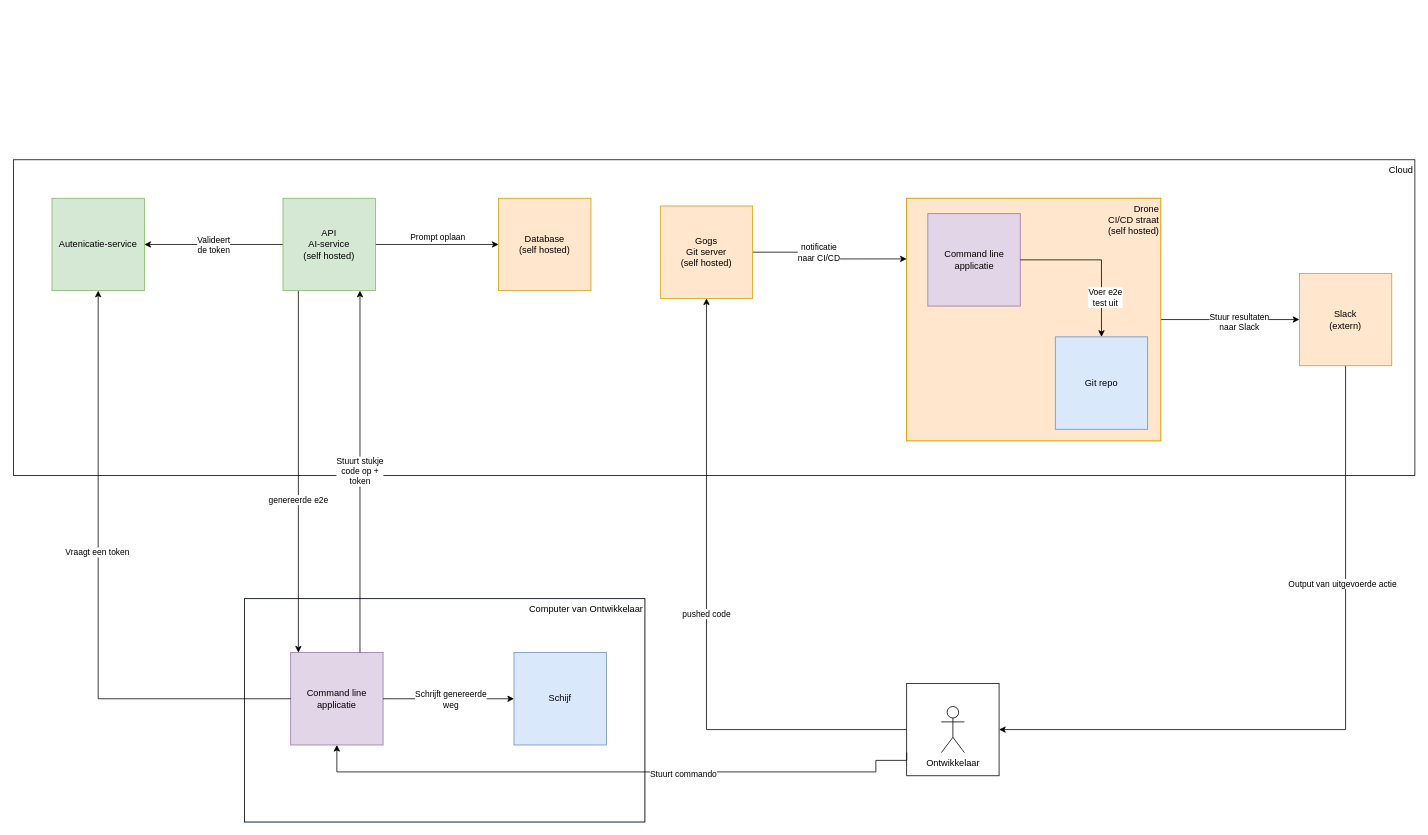
luukvankooten/draw.io keeps this draw.io diagram as page "CLI-app" (2 of 8) of cli app.drawio. Above is the earlier version. Source tidied: cells renumbered, new cells numbered last; positions are measured from the earlier drawing's top-left corner, leaving out a move shared by most shapes. Both pictures are drawn from the tidied source at 77%, with x=0, y=0 at pixel (13, 159).
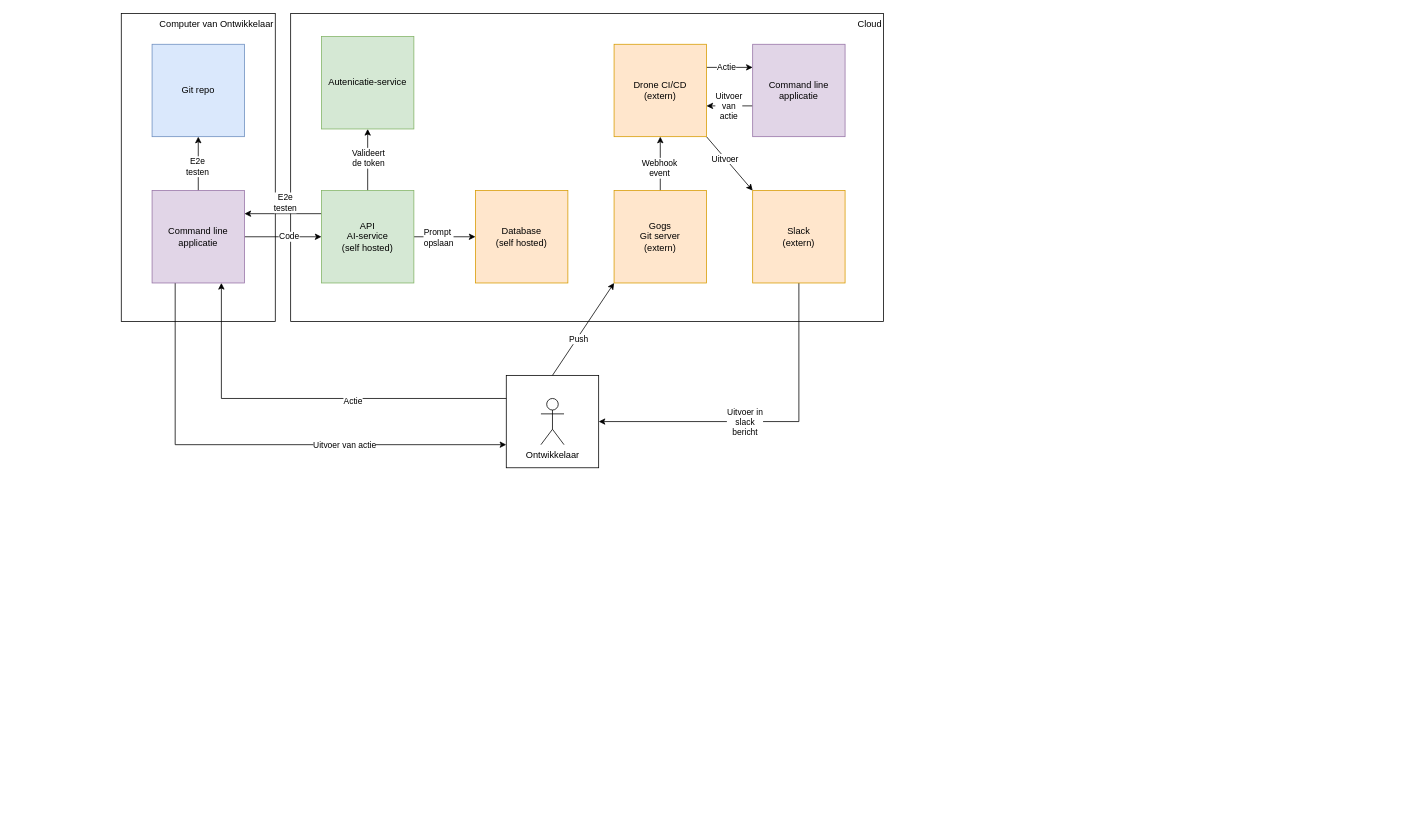
Above is the later version.

The change refers to these unchanged cells:
```xml
<mxCell id="15" style="edgeStyle=orthogonalEdgeStyle;rounded=0;jettySize=auto;html=1;entryX=0;entryY=0.5;entryDx=0;entryDy=0;" parent="1" edge="1" source="17" target="40">
  <mxGeometry relative="1" as="geometry" />
</mxCell>
<mxCell id="22" style="whiteSpace=wrap;html=1;" parent="21" vertex="1">
  <mxGeometry width="120" height="120" as="geometry" />
</mxCell>
```

What changed in the source:
```diff
@@
-    <mxCell id="2" style="group;fillColor=#dae8fc;strokeColor=#6c8ebf;" parent="1" vertex="1">
-      <mxGeometry x="300" y="570" width="520" height="290" as="geometry" />
-    </mxCell>
-    <mxCell id="3" value="&amp;nbsp;Computer van Ontwikkelaar" style="rounded=0;whiteSpace=wrap;html=1;verticalAlign=top;align=right;" parent="2" vertex="1">
-      <mxGeometry width="520" height="290" as="geometry" />
+    <mxCell id="3" value="&amp;nbsp;Computer van Ontwikkelaar" style="rounded=0;whiteSpace=wrap;html=1;verticalAlign=top;align=right;" parent="1" vertex="1">
+      <mxGeometry x="140" y="-190" width="200" height="400" as="geometry" />
     </mxCell>
-    <mxCell id="4" value="Command line applicatie" style="whiteSpace=wrap;html=1;direction=south;fillColor=#e1d5e7;strokeColor=#9673a6;" parent="2" vertex="1">
-      <mxGeometry x="60" y="70" width="120" height="120" as="geometry" />
-    </mxCell>
-    <mxCell id="5" value="Schijf" style="whiteSpace=wrap;html=1;fillColor=#dae8fc;strokeColor=#6c8ebf;" parent="2" vertex="1">
-      <mxGeometry x="350" y="70" width="120" height="120" as="geometry" />
-    </mxCell>
-    <mxCell id="6" style="edgeStyle=orthogonalEdgeStyle;rounded=0;jettySize=auto;html=1;entryX=0;entryY=0.5;entryDx=0;entryDy=0;" parent="2" edge="1" source="4" target="5">
-      <mxGeometry relative="1" as="geometry" />
-    </mxCell>
-    <mxCell id="7" value="&lt;div&gt;Schrijft genereerde &lt;br&gt;&lt;/div&gt;&lt;div&gt;weg&lt;br&gt;&lt;/div&gt;" style="edgeLabel;html=1;align=center;verticalAlign=middle;" parent="6" vertex="1">
-      <mxGeometry x="0.02" y="-5" relative="1" as="geometry">
-        <mxPoint y="-5" as="offset" />
-      </mxGeometry>
-    </mxCell>
     <mxCell id="8" value="&lt;div&gt;Cloud&lt;/div&gt;" style="rounded=0;whiteSpace=wrap;html=1;verticalAlign=top;align=right;" parent="1" vertex="1">
-      <mxGeometry width="1820" height="410" as="geometry" />
+      <mxGeometry x="360" y="-190" width="770" height="400" as="geometry" />
     </mxCell>
-    <mxCell id="9" style="edgeStyle=orthogonalEdgeStyle;rounded=0;jettySize=auto;html=1;entryX=0;entryY=0.5;entryDx=0;entryDy=0;" parent="1" edge="1" source="25" target="20">
-      <mxGeometry relative="1" as="geometry" />
-    </mxCell>
-    <mxCell id="10" value="&lt;div&gt;Stuur resultaten &lt;br&gt;&lt;/div&gt;&lt;div&gt;naar Slack &lt;/div&gt;" style="edgeLabel;html=1;align=center;verticalAlign=middle;" parent="9" vertex="1">
-      <mxGeometry x="-0.24" y="-2" relative="1" as="geometry">
-        <mxPoint x="33" y="1" as="offset" />
-      </mxGeometry>
-    </mxCell>
-    <mxCell id="11" style="edgeStyle=orthogonalEdgeStyle;rounded=0;jettySize=auto;html=1;" parent="1" edge="1" source="17" target="4">
-      <mxGeometry relative="1" as="geometry">
-        <Array as="points">
-          <mxPoint x="370" y="450" />
-          <mxPoint x="370" y="450" />
-        </Array>
-      </mxGeometry>
-    </mxCell>
-    <mxCell id="12" value="genereerde e2e" style="edgeLabel;html=1;align=center;verticalAlign=middle;" parent="11" vertex="1">
-      <mxGeometry x="0.04" y="-1" relative="1" as="geometry">
-        <mxPoint y="27" as="offset" />
-      </mxGeometry>
-    </mxCell>
-    <mxCell id="13" style="edgeStyle=orthogonalEdgeStyle;rounded=0;jettySize=auto;html=1;entryX=1;entryY=0.5;entryDx=0;entryDy=0;" parent="1" edge="1" source="17" target="37">
+    <mxCell id="13" style="edgeStyle=orthogonalEdgeStyle;rounded=0;jettySize=auto;html=1;entryX=0.5;entryY=1;entryDx=0;entryDy=0;" parent="1" edge="1" source="17" target="37">
       <mxGeometry relative="1" as="geometry" />
     </mxCell>
     <mxCell id="14" value="&lt;div&gt;Valideert&lt;/div&gt;&lt;div&gt;de token&lt;/div&gt;" style="edgeLabel;html=1;align=center;verticalAlign=middle;" parent="13" vertex="1">
       <mxGeometry x="0.29" y="2" relative="1" as="geometry">
-        <mxPoint x="25" y="-2" as="offset" />
+        <mxPoint x="2" y="9" as="offset" />
       </mxGeometry>
     </mxCell>
@@
-    <mxCell id="16" value="Prompt oplaan" style="edgeLabel;html=1;align=center;verticalAlign=middle;" parent="15" vertex="1">
+    <mxCell id="16" value="&lt;div&gt;Prompt&amp;nbsp;&lt;/div&gt;&lt;div&gt;opslaan&lt;/div&gt;" style="edgeLabel;html=1;align=center;verticalAlign=middle;" parent="15" vertex="1">
       <mxGeometry x="0.29" y="-7" relative="1" as="geometry">
-        <mxPoint x="-23" y="-17" as="offset" />
+        <mxPoint x="-21" y="-7" as="offset" />
       </mxGeometry>
     </mxCell>
+    <mxCell id="11" style="rounded=0;jettySize=auto;html=1;entryX=0.25;entryY=0;entryDx=0;entryDy=0;exitX=0;exitY=0.25;exitDx=0;exitDy=0;" parent="1" edge="1" source="17" target="4">
+      <mxGeometry relative="1" as="geometry" />
+    </mxCell>
+    <mxCell id="41" value="&lt;div&gt;E2e&lt;/div&gt;&lt;div&gt;testen&lt;br&gt;&lt;/div&gt;" style="edgeLabel;html=1;align=center;verticalAlign=middle;" parent="11" vertex="1">
+      <mxGeometry x="-0.04" relative="1" as="geometry">
+        <mxPoint y="-15" as="offset" />
+      </mxGeometry>
+    </mxCell>
     <mxCell id="17" value="&lt;div&gt;API&lt;br&gt;&lt;/div&gt;&lt;div&gt;AI-service&lt;/div&gt;&lt;div&gt;(self hosted)&lt;br&gt;&lt;/div&gt;" style="whiteSpace=wrap;html=1;fillColor=#d5e8d4;strokeColor=#82b366;" parent="1" vertex="1">
-      <mxGeometry x="350" y="50" width="120" height="120" as="geometry" />
+      <mxGeometry x="400" y="40" width="120" height="120" as="geometry" />
     </mxCell>
-    <mxCell id="18" style="edgeStyle=orthogonalEdgeStyle;rounded=0;jettySize=auto;html=1;exitX=0.5;exitY=1;exitDx=0;exitDy=0;entryX=1;entryY=0.5;entryDx=0;entryDy=0;" parent="1" edge="1" target="22">
-      <mxGeometry relative="1" as="geometry">
-        <mxPoint x="1730" y="230" as="sourcePoint" />
-        <Array as="points">
-          <mxPoint x="1730" y="740" />
-        </Array>
-      </mxGeometry>
-    </mxCell>
-    <mxCell id="19" value="Output van uitgevoerde actie" style="edgeLabel;html=1;align=center;verticalAlign=middle;" parent="18" vertex="1">
-      <mxGeometry x="0.65" y="3" relative="1" as="geometry">
-        <mxPoint x="277" y="-193" as="offset" />
-      </mxGeometry>
-    </mxCell>
+    <mxCell id="42" style="edgeStyle=orthogonalEdgeStyle;rounded=0;jettySize=auto;html=1;entryX=1;entryY=0.5;entryDx=0;entryDy=0;" parent="1" edge="1" source="20" target="22">
+      <mxGeometry relative="1" as="geometry">
+        <Array as="points">
+          <mxPoint x="1020" y="340" />
+        </Array>
+      </mxGeometry>
+    </mxCell>
+    <mxCell id="43" value="&lt;div&gt;Uitvoer in&lt;br&gt;&lt;/div&gt;&lt;div&gt;slack&lt;/div&gt;&lt;div&gt;bericht&lt;/div&gt;" style="edgeLabel;html=1;align=center;verticalAlign=middle;" parent="42" vertex="1">
+      <mxGeometry x="0.14" y="4" relative="1" as="geometry">
+        <mxPoint y="-4" as="offset" />
+      </mxGeometry>
+    </mxCell>
     <mxCell id="20" value="&lt;div&gt;Slack&lt;/div&gt;&lt;div&gt;(extern)&lt;/div&gt;" style="whiteSpace=wrap;html=1;fillColor=#ffe6cc;strokeColor=#d79b00;" parent="1" vertex="1">
-      <mxGeometry x="1670" y="147.5" width="120" height="120" as="geometry" />
+      <mxGeometry x="960" y="40" width="120" height="120" as="geometry" />
     </mxCell>
     <mxCell id="21" style="group;" parent="1" vertex="1">
-      <mxGeometry x="1160" y="680" width="120" height="120" as="geometry" />
+      <mxGeometry x="640" y="280" width="120" height="120" as="geometry" />
     </mxCell>
@@
-    <mxCell id="24" style="group;fillColor=#ffe6cc;strokeColor=#d79b00;" parent="1" vertex="1">
-      <mxGeometry x="1160" y="50" width="330" height="315" as="geometry" />
-    </mxCell>
-    <mxCell id="25" value="&lt;div&gt;Drone&lt;br&gt;&lt;/div&gt;&lt;div&gt;CI/CD straat&lt;/div&gt;&lt;div&gt;(self hosted)&lt;br&gt;&lt;/div&gt;" style="rounded=0;whiteSpace=wrap;html=1;verticalAlign=top;align=right;fillColor=#ffe6cc;strokeColor=#d79b00;" parent="24" vertex="1">
-      <mxGeometry width="330" height="315" as="geometry" />
-    </mxCell>
+    <mxCell id="44" style="edgeStyle=orthogonalEdgeStyle;rounded=0;jettySize=auto;html=1;" parent="1" edge="1" source="32" target="56">
+      <mxGeometry relative="1" as="geometry" />
+    </mxCell>
+    <mxCell id="45" value="&lt;div&gt;Webhook&lt;/div&gt;&lt;div&gt;event&lt;br&gt;&lt;/div&gt;" style="edgeLabel;html=1;align=center;verticalAlign=middle;" parent="44" vertex="1">
+      <mxGeometry x="-0.14" y="2" relative="1" as="geometry" />
+    </mxCell>
+    <mxCell id="32" value="&lt;div&gt;Gogs&lt;/div&gt;&lt;div&gt;Git server&lt;br&gt;&lt;/div&gt;&lt;div&gt;(extern)&lt;br&gt;&lt;/div&gt;" style="whiteSpace=wrap;html=1;direction=south;fillColor=#ffe6cc;strokeColor=#d79b00;" parent="1" vertex="1">
+      <mxGeometry x="780" y="40" width="120" height="120" as="geometry" />
+    </mxCell>
+    <mxCell id="37" value="Autenicatie-service" style="whiteSpace=wrap;html=1;fillColor=#d5e8d4;strokeColor=#82b366;" parent="1" vertex="1">
+      <mxGeometry x="400" y="-160" width="120" height="120" as="geometry" />
+    </mxCell>
+    <mxCell id="40" value="&lt;div&gt;Database&lt;/div&gt;&lt;div&gt;(self hosted)&lt;/div&gt;" style="whiteSpace=wrap;html=1;fillColor=#ffe6cc;strokeColor=#d79b00;" parent="1" vertex="1">
+      <mxGeometry x="600" y="40" width="120" height="120" as="geometry" />
+    </mxCell>
+    <mxCell id="36" style="rounded=0;jettySize=auto;html=1;entryX=0;entryY=0.5;entryDx=0;entryDy=0;" parent="1" edge="1" source="4" target="17">
+      <mxGeometry relative="1" as="geometry" />
+    </mxCell>
+    <mxCell id="46" value="Code" style="edgeLabel;html=1;align=center;verticalAlign=middle;" parent="36" vertex="1">
+      <mxGeometry x="0.14" y="1" relative="1" as="geometry" />
+    </mxCell>
+    <mxCell id="6" style="edgeStyle=orthogonalEdgeStyle;rounded=0;jettySize=auto;html=1;" parent="1" edge="1" source="4" target="5">
+      <mxGeometry relative="1" as="geometry">
+        <Array as="points">
+          <mxPoint x="240" y="10" />
+          <mxPoint x="240" y="10" />
+        </Array>
+      </mxGeometry>
+    </mxCell>
+    <mxCell id="47" value="&lt;div&gt;E2e&lt;/div&gt;&lt;div&gt;testen&lt;br&gt;&lt;/div&gt;" style="edgeLabel;html=1;align=center;verticalAlign=middle;" parent="6" vertex="1">
+      <mxGeometry x="-0.1" y="2" relative="1" as="geometry" />
+    </mxCell>
+    <mxCell id="48" style="edgeStyle=orthogonalEdgeStyle;rounded=0;jettySize=auto;html=1;entryX=0;entryY=0.75;entryDx=0;entryDy=0;" parent="1" edge="1" source="4" target="22">
+      <mxGeometry relative="1" as="geometry">
+        <Array as="points">
+          <mxPoint x="210" y="370" />
+        </Array>
+      </mxGeometry>
+    </mxCell>
+    <mxCell id="49" value="Uitvoer van actie" style="edgeLabel;html=1;align=center;verticalAlign=middle;" parent="48" vertex="1">
+      <mxGeometry x="0.34" y="-5" relative="1" as="geometry">
+        <mxPoint y="-5" as="offset" />
+      </mxGeometry>
+    </mxCell>
+    <mxCell id="4" value="Command line applicatie" style="whiteSpace=wrap;html=1;direction=south;fillColor=#e1d5e7;strokeColor=#9673a6;" parent="1" vertex="1">
+      <mxGeometry x="180" y="40" width="120" height="120" as="geometry" />
+    </mxCell>
+    <mxCell id="5" value="Git repo" style="whiteSpace=wrap;html=1;fillColor=#dae8fc;strokeColor=#6c8ebf;" parent="1" vertex="1">
+      <mxGeometry x="180" y="-150" width="120" height="120" as="geometry" />
+    </mxCell>
+    <mxCell id="50" style="edgeStyle=orthogonalEdgeStyle;rounded=0;jettySize=auto;html=1;" parent="1" edge="1" source="26" target="56">
+      <mxGeometry relative="1" as="geometry">
+        <Array as="points">
+          <mxPoint x="930" y="-70" />
+          <mxPoint x="930" y="-70" />
+        </Array>
+      </mxGeometry>
+    </mxCell>
+    <mxCell id="51" value="&lt;div&gt;Uitvoer&lt;/div&gt;&lt;div&gt;van&lt;/div&gt;&lt;div&gt;actie&lt;br&gt;&lt;/div&gt;" style="edgeLabel;html=1;align=center;verticalAlign=middle;" parent="50" vertex="1">
+      <mxGeometry x="-0.15" y="4" relative="1" as="geometry">
+        <mxPoint x="-6" y="-4" as="offset" />
+      </mxGeometry>
+    </mxCell>
-    <mxCell id="26" value="Command line applicatie" style="whiteSpace=wrap;html=1;direction=south;fillColor=#e1d5e7;strokeColor=#9673a6;" parent="24" vertex="1">
-      <mxGeometry x="27.5" y="20" width="120" height="120" as="geometry" />
+    <mxCell id="26" value="Command line applicatie" style="whiteSpace=wrap;html=1;direction=south;fillColor=#e1d5e7;strokeColor=#9673a6;" parent="1" vertex="1">
+      <mxGeometry x="960" y="-150" width="120" height="120" as="geometry" />
     </mxCell>
-    <mxCell id="27" style="edgeStyle=orthogonalEdgeStyle;rounded=0;jettySize=auto;html=1;entryX=0.5;entryY=0;entryDx=0;entryDy=0;startArrow=classic;startFill=1;endArrow=none;endFill=0;" parent="24" edge="1" source="29" target="26">
-      <mxGeometry relative="1" as="geometry">
-        <Array as="points">
-          <mxPoint x="253" y="80" />
-        </Array>
-      </mxGeometry>
-    </mxCell>
-    <mxCell id="28" value="&lt;div&gt;Voer e2e&lt;/div&gt;&lt;div&gt;test uit&lt;/div&gt;" style="edgeLabel;html=1;align=center;verticalAlign=middle;" parent="27" vertex="1">
-      <mxGeometry x="-0.5" y="-4" relative="1" as="geometry">
-        <mxPoint y="-1" as="offset" />
-      </mxGeometry>
-    </mxCell>
-    <mxCell id="29" value="Git repo" style="whiteSpace=wrap;html=1;direction=south;fillColor=#dae8fc;strokeColor=#6c8ebf;" parent="24" vertex="1">
-      <mxGeometry x="193" y="180" width="120" height="120" as="geometry" />
-    </mxCell>
-    <mxCell id="30" style="edgeStyle=orthogonalEdgeStyle;rounded=0;jettySize=auto;html=1;entryX=0;entryY=0.25;entryDx=0;entryDy=0;" parent="1" edge="1" source="32" target="25">
-      <mxGeometry relative="1" as="geometry" />
-    </mxCell>
-    <mxCell id="31" value="&lt;div&gt;notificatie &lt;br&gt;&lt;/div&gt;&lt;div&gt;naar CI/CD&lt;br&gt;&lt;/div&gt;" style="edgeLabel;html=1;align=center;verticalAlign=middle;" parent="30" vertex="1">
-      <mxGeometry x="-0.59" relative="1" as="geometry">
-        <mxPoint x="42" as="offset" />
-      </mxGeometry>
-    </mxCell>
-    <mxCell id="32" value="&lt;div&gt;Gogs&lt;/div&gt;&lt;div&gt;Git server&lt;br&gt;&lt;/div&gt;&lt;div&gt;(self hosted)&lt;br&gt;&lt;/div&gt;" style="whiteSpace=wrap;html=1;direction=south;fillColor=#ffe6cc;strokeColor=#d79b00;" parent="1" vertex="1">
-      <mxGeometry x="840" y="60" width="120" height="120" as="geometry" />
-    </mxCell>
+    <mxCell id="52" style="edgeStyle=orthogonalEdgeStyle;rounded=0;jettySize=auto;html=1;" parent="1" edge="1" source="56" target="26">
+      <mxGeometry relative="1" as="geometry">
+        <Array as="points">
+          <mxPoint x="930" y="-120" />
+          <mxPoint x="930" y="-120" />
+        </Array>
+      </mxGeometry>
+    </mxCell>
+    <mxCell id="53" value="Actie" style="edgeLabel;html=1;align=center;verticalAlign=middle;" parent="52" vertex="1">
+      <mxGeometry x="-0.17" y="1" relative="1" as="geometry" />
+    </mxCell>
+    <mxCell id="54" style="rounded=0;jettySize=auto;html=1;entryX=0;entryY=0;entryDx=0;entryDy=0;exitX=1;exitY=0;exitDx=0;exitDy=0;" parent="1" edge="1" source="56" target="20">
+      <mxGeometry relative="1" as="geometry" />
+    </mxCell>
+    <mxCell id="55" value="Uitvoer" style="edgeLabel;html=1;align=center;verticalAlign=middle;" parent="54" vertex="1">
+      <mxGeometry x="-0.2" y="-1" relative="1" as="geometry" />
+    </mxCell>
+    <mxCell id="56" value="&lt;div&gt;Drone CI/CD&lt;/div&gt;&lt;div&gt;(extern)&lt;br&gt;&lt;/div&gt;" style="whiteSpace=wrap;html=1;direction=south;fillColor=#ffe6cc;strokeColor=#d79b00;" parent="1" vertex="1">
+      <mxGeometry x="780" y="-150" width="120" height="120" as="geometry" />
+    </mxCell>
+    <mxCell id="34" style="edgeStyle=orthogonalEdgeStyle;rounded=0;jettySize=auto;html=1;entryX=1;entryY=0.25;entryDx=0;entryDy=0;" parent="1" edge="1" source="22" target="4">
+      <mxGeometry relative="1" as="geometry">
+        <Array as="points">
+          <mxPoint x="270" y="310" />
+        </Array>
+      </mxGeometry>
+    </mxCell>
+    <mxCell id="57" value="Actie" style="edgeLabel;html=1;align=center;verticalAlign=middle;" parent="34" vertex="1">
+      <mxGeometry x="-0.23" y="3" relative="1" as="geometry" />
+    </mxCell>
-    <mxCell id="33" value="pushed code" style="edgeStyle=orthogonalEdgeStyle;rounded=0;jettySize=auto;html=1;entryX=1;entryY=0.5;entryDx=0;entryDy=0;" parent="1" edge="1" source="22" target="32">
+    <mxCell id="33" style="rounded=0;jettySize=auto;html=1;entryX=1;entryY=1;entryDx=0;entryDy=0;exitX=0.5;exitY=0;exitDx=0;exitDy=0;" parent="1" edge="1" source="22" target="32">
       <mxGeometry relative="1" as="geometry" />
     </mxCell>
-    <mxCell id="34" style="edgeStyle=orthogonalEdgeStyle;rounded=0;jettySize=auto;html=1;entryX=1;entryY=0.5;entryDx=0;entryDy=0;exitX=0;exitY=0.75;exitDx=0;exitDy=0;" parent="1" edge="1" source="22" target="4">
-      <mxGeometry relative="1" as="geometry">
-        <Array as="points">
-          <mxPoint x="1120" y="780" />
-          <mxPoint x="1120" y="795" />
-          <mxPoint x="420" y="795" />
-        </Array>
-      </mxGeometry>
-    </mxCell>
-    <mxCell id="35" value="Stuurt commando" style="edgeLabel;html=1;align=center;verticalAlign=middle;" parent="34" vertex="1">
-      <mxGeometry x="-0.21" y="2" relative="1" as="geometry" />
-    </mxCell>
-    <mxCell id="36" value="&lt;div&gt;Stuurt stukje&lt;/div&gt;&lt;div&gt;code op +&lt;/div&gt;&lt;div&gt;token&lt;br&gt;&lt;/div&gt;" style="edgeStyle=orthogonalEdgeStyle;rounded=0;jettySize=auto;html=1;" parent="1" edge="1" source="4" target="17">
-      <mxGeometry relative="1" as="geometry">
-        <Array as="points">
-          <mxPoint x="450" y="410" />
-          <mxPoint x="450" y="410" />
-        </Array>
-      </mxGeometry>
-    </mxCell>
-    <mxCell id="37" value="Autenicatie-service" style="whiteSpace=wrap;html=1;fillColor=#d5e8d4;strokeColor=#82b366;" parent="1" vertex="1">
-      <mxGeometry x="50" y="50" width="120" height="120" as="geometry" />
-    </mxCell>
-    <mxCell id="38" style="edgeStyle=orthogonalEdgeStyle;rounded=0;jettySize=auto;html=1;entryX=0.5;entryY=1;entryDx=0;entryDy=0;" parent="1" edge="1" source="4" target="37">
-      <mxGeometry relative="1" as="geometry" />
-    </mxCell>
-    <mxCell id="39" value="Vraagt een token" style="edgeLabel;html=1;align=center;verticalAlign=middle;" parent="38" vertex="1">
-      <mxGeometry x="0.13" y="2" relative="1" as="geometry" />
-    </mxCell>
-    <mxCell id="40" value="&lt;div&gt;Database&lt;/div&gt;&lt;div&gt;(self hosted)&lt;/div&gt;" style="whiteSpace=wrap;html=1;fillColor=#ffe6cc;strokeColor=#d79b00;" parent="1" vertex="1">
-      <mxGeometry x="630" y="50" width="120" height="120" as="geometry" />
-    </mxCell>
+    <mxCell id="58" value="Push" style="edgeLabel;html=1;align=center;verticalAlign=middle;" parent="33" vertex="1">
+      <mxGeometry x="-0.2" y="-2" relative="1" as="geometry" />
+    </mxCell>
```
